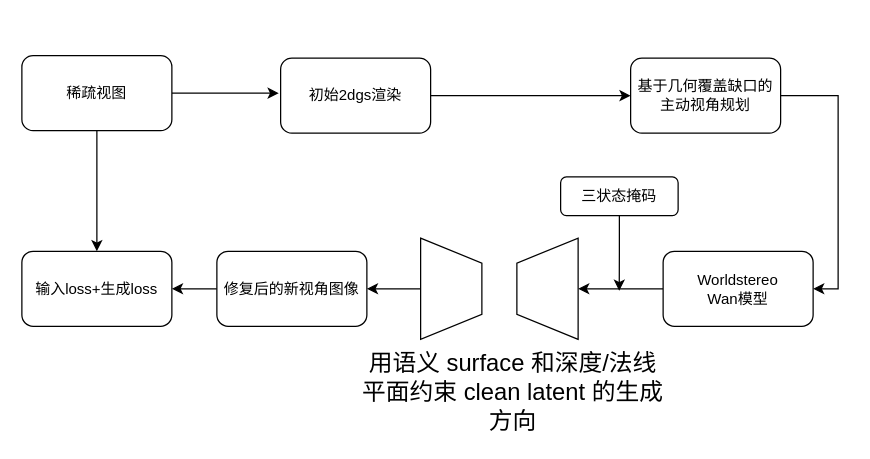
The draw.io diagram pipelineICLR.drawio in zzcPeace/draw.io, before the edit. Source tidied: cells renumbered, new cells numbered last; positions are measured from the earlier drawing's top-left corner, leaving out a move shared by most shapes. Both pictures are drawn from the tidied source at 125%, with x=0, y=0 at pixel (21, 55).
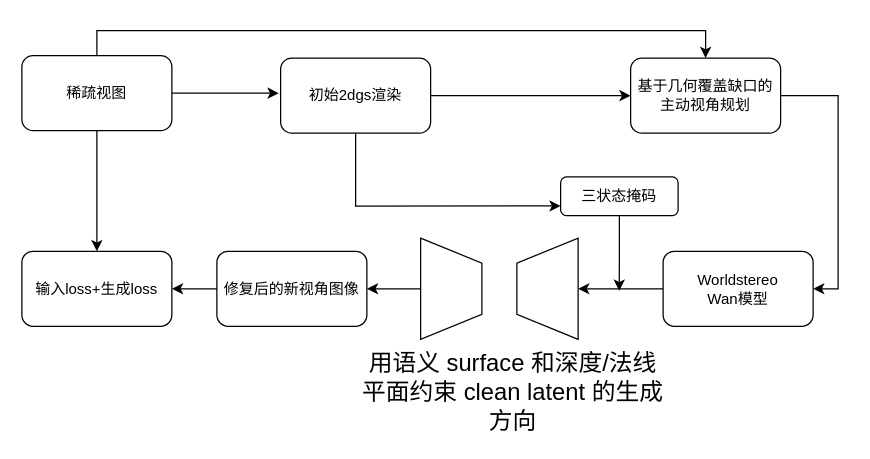
The same diagram, later.

The change refers to these unchanged cells:
```xml
<mxCell id="4" value="稀疏视图" style="rounded=1;whiteSpace=wrap;html=1;" parent="1" vertex="1">
  <mxGeometry width="120" height="60" as="geometry" />
</mxCell>
<mxCell id="6" value="初始2dgs渲染" style="rounded=1;whiteSpace=wrap;html=1;" parent="1" vertex="1">
  <mxGeometry x="207" y="2" width="120" height="60" as="geometry" />
</mxCell>
<mxCell id="8" value="基于几何覆盖缺口的主动视角规划" style="rounded=1;whiteSpace=wrap;html=1;" parent="1" vertex="1">
  <mxGeometry x="487" y="2" width="120" height="60" as="geometry" />
</mxCell>
<mxCell id="18" value="三状态掩码" style="rounded=1;whiteSpace=wrap;html=1;" parent="1" vertex="1">
  <mxGeometry x="431" y="97" width="94" height="31" as="geometry" />
</mxCell>
```

Change to the diagram source:
```diff
@@
+    <mxCell id="20" style="edgeStyle=orthogonalEdgeStyle;rounded=0;jettySize=auto;html=1;exitX=0.5;exitY=0;exitDx=0;exitDy=0;entryX=0.5;entryY=0;entryDx=0;entryDy=0;" parent="1" edge="1" source="4" target="8">
+      <mxGeometry relative="1" as="geometry" />
+    </mxCell>
@@
+    <mxCell id="21" style="edgeStyle=orthogonalEdgeStyle;rounded=0;jettySize=auto;html=1;exitX=0.5;exitY=1;exitDx=0;exitDy=0;entryX=0;entryY=0.75;entryDx=0;entryDy=0;" parent="1" edge="1" source="6" target="18">
+      <mxGeometry relative="1" as="geometry" />
+    </mxCell>
```
